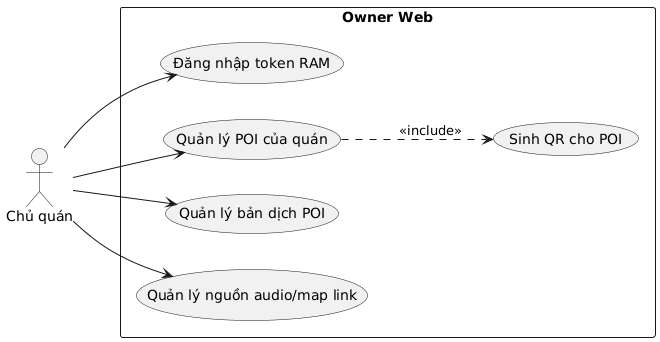
Above: Diagrams/USECASE_ChuQuan.png in hoangtri22/TravelGuide (PlantUML), before the change.
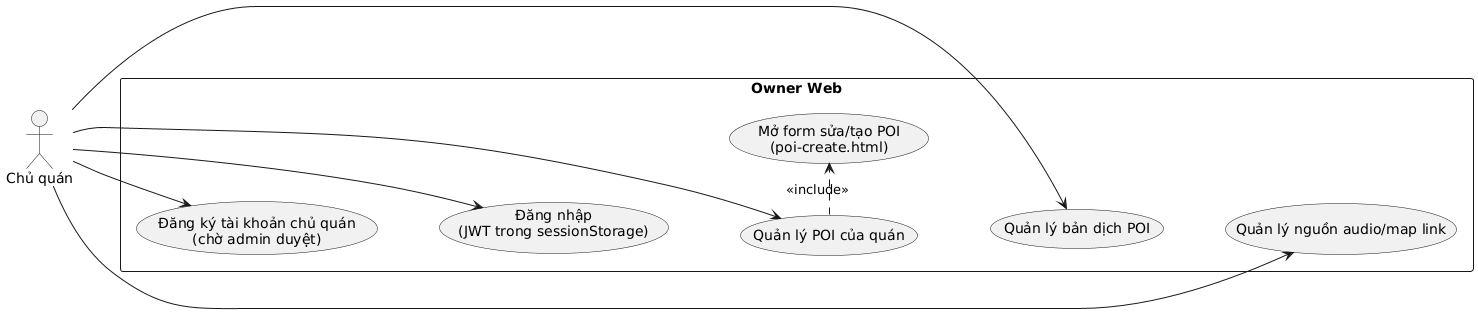
Later version of the same file.

Diff of the diagram source:
```diff
@@ -1,16 +1,27 @@
 @startuml
 left to right direction
+skinparam shadowing false
+skinparam monochrome true
 actor "Chủ quán" as O
 rectangle "Owner Web" {
-  usecase "Đăng nhập token RAM" as OL
-  usecase "Quản lý POI của quán" as OPO
-  usecase "Sinh QR cho POI" as OPQR
-  usecase "Quản lý bản dịch POI" as OQT
-  usecase "Quản lý nguồn audio/map link" as OQA
+  usecase "Đăng ký tài khoản chủ quán\n(chờ admin duyệt)" as O0
+  usecase "Đăng nhập\n(JWT trong sessionStorage)" as O1
+  usecase "Quản lý POI của quán" as O2
+  usecase "Mở form sửa/tạo POI\n(poi-create.html)" as O3
+  usecase "Quản lý bản dịch POI" as O4
+  usecase "Quản lý nguồn audio/map link" as O5
 }
-O --> OL
-O --> OPO
-O --> OQT
-O --> OQA
-OPO ..> OPQR : <<include>>
+
+O0 -[hidden]down- O1
+O1 -[hidden]down- O2
+O2 -[hidden]down- O4
+O4 -[hidden]down- O5
+O2 -[hidden]right- O3
+
+O --> O0
+O --> O1
+O --> O2
+O --> O4
+O --> O5
+O2 .> O3 : <<include>>
 @enduml
```
